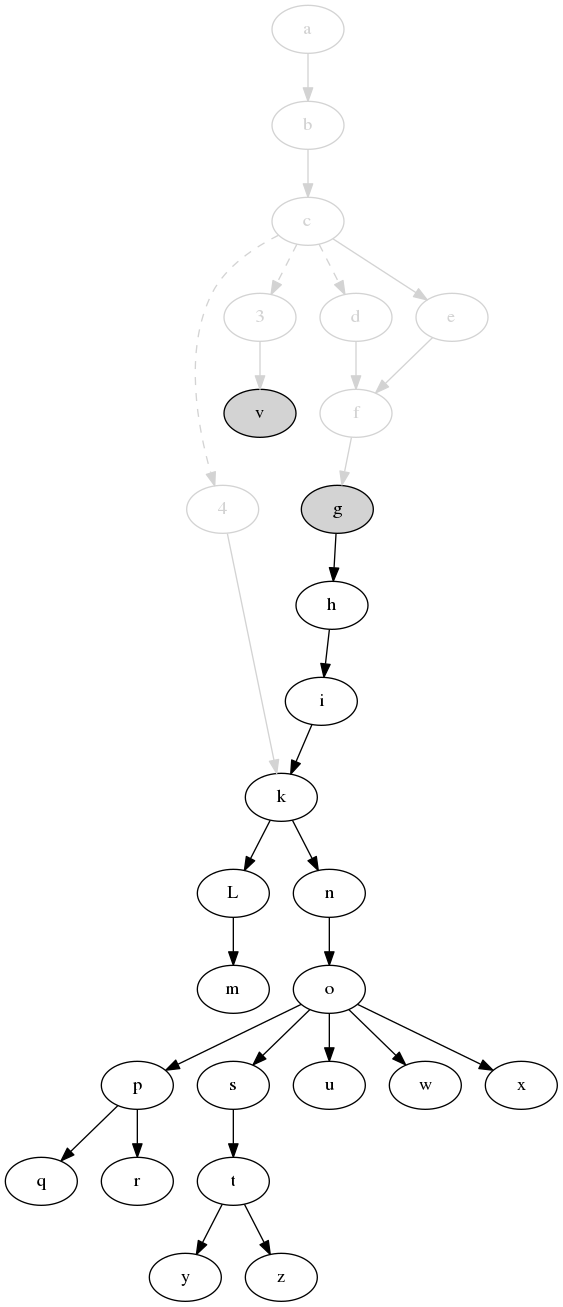
Earlier version of the Graphviz export svm-startup-deps.png (jdmpapin/svm-startup-deps). Its source is kept beside it as svm-startup-deps.dot.
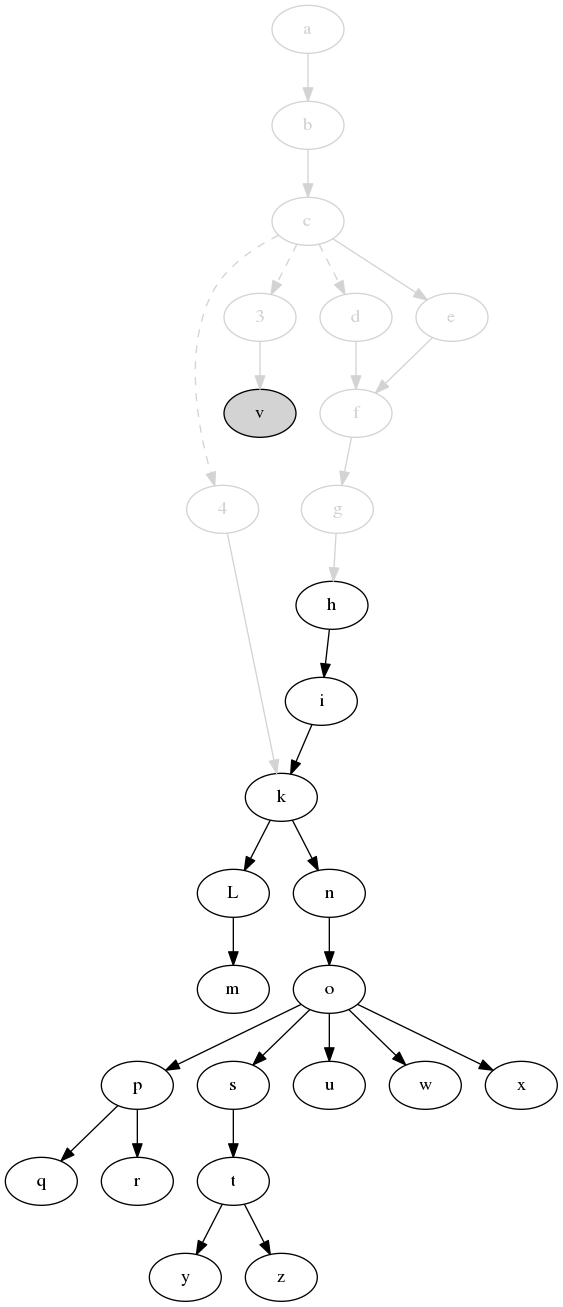
The same file after the commit.

Change to the diagram source:
```diff
@@ -7,7 +7,7 @@
     d [color=lightgrey,fontcolor=lightgrey];
     e [color=lightgrey,fontcolor=lightgrey];
     f [color=lightgrey,fontcolor=lightgrey];
-    g [style=filled,fillcolor=lightgrey];
+    g [color=lightgrey,fontcolor=lightgrey];
     h;
     i;
     k;
@@ -38,7 +38,7 @@
     d -> f [color=lightgrey];
     e -> f [color=lightgrey];
     f -> g [color=lightgrey];
-    g -> h;
+    g -> h [color=lightgrey];
     h -> i;
     i -> k;
     k -> L;
```
